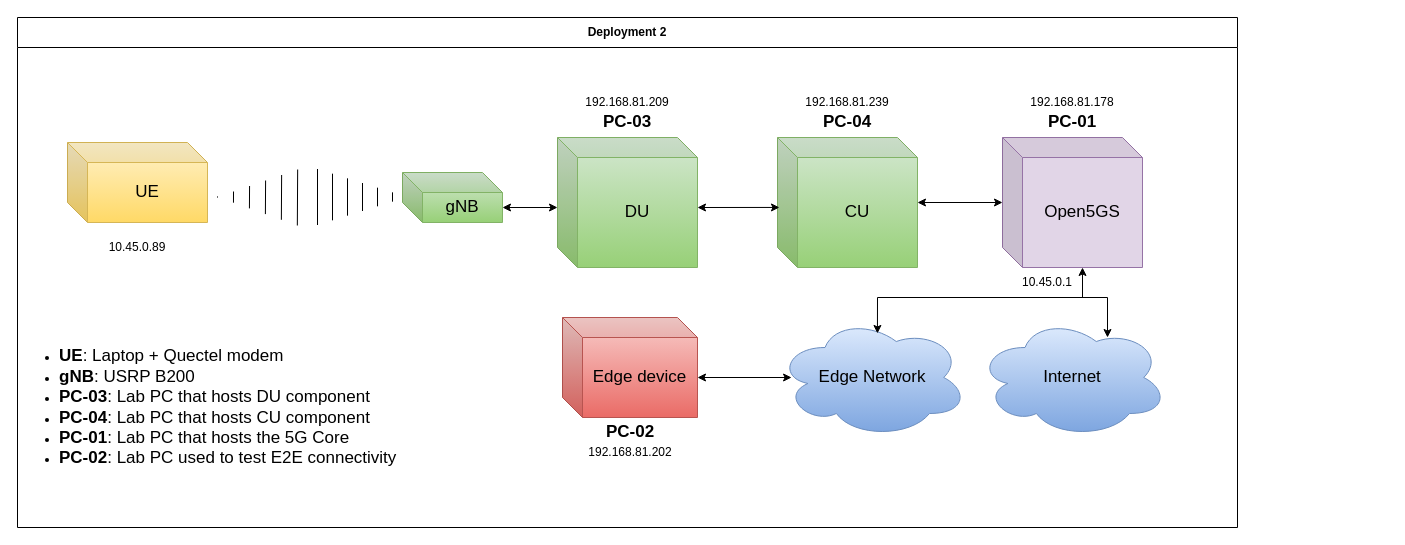
Earlier version of the draw.io diagram Network_Topologies/Deployment3.drawio (BrunoGomes22/MECT-Thesis). Source tidied: cells renumbered, new cells numbered last; positions are measured from the earlier drawing's top-left corner, leaving out a move shared by most shapes. Both pictures are drawn from the tidied source at 100%, with x=0, y=0 at pixel (17, 17).
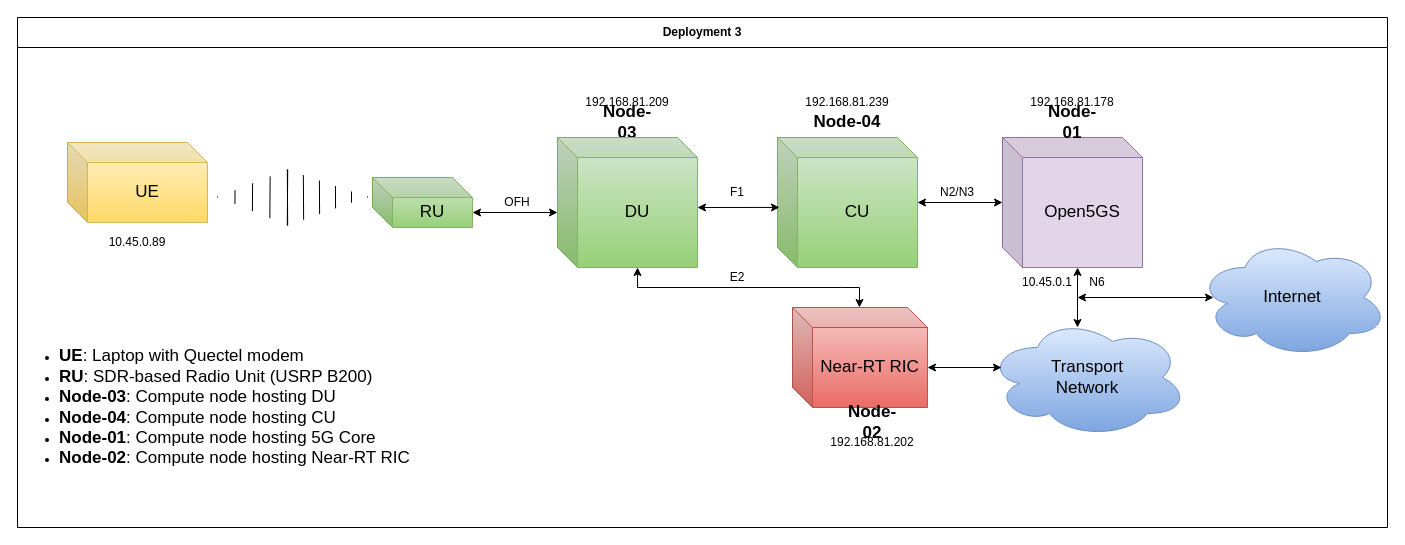
Above is the later version.

Commit message (it also covers changes not shown here):
updated deployment3 topology

The change refers to these unchanged cells:
```xml
<mxCell id="4" value="&lt;font style=&quot;font-size: 17px;&quot;&gt;Open5GS&lt;/font&gt;" style="shape=cube;whiteSpace=wrap;html=1;boundedLbl=1;backgroundOutline=1;darkOpacity=0.05;darkOpacity2=0.1;fillColor=#e1d5e7;strokeColor=#9673a6;" parent="2" vertex="1">
  <mxGeometry x="985" y="120" width="140" height="130" as="geometry" />
</mxCell>
<mxCell id="14" value="&lt;font style=&quot;font-size: 17px;&quot;&gt;DU&lt;/font&gt;" style="shape=cube;whiteSpace=wrap;html=1;boundedLbl=1;backgroundOutline=1;darkOpacity=0.05;darkOpacity2=0.1;fillColor=#d5e8d4;strokeColor=#82b366;gradientColor=#97d077;" parent="2" vertex="1">
  <mxGeometry x="540" y="120" width="140" height="130" as="geometry" />
</mxCell>
```

The edit, as a diff of the source:
```diff
@@
-    <mxCell id="2" value="Deployment 2" style="swimlane;whiteSpace=wrap;html=1;swimlaneFillColor=#FFFFFF;gradientDirection=south;strokeColor=#000000;startSize=30;" parent="1" vertex="1">
-      <mxGeometry width="1220" height="510" as="geometry" />
+    <mxCell id="2" value="Deployment 3" style="swimlane;whiteSpace=wrap;html=1;swimlaneFillColor=#FFFFFF;gradientDirection=south;strokeColor=#000000;startSize=30;" parent="1" vertex="1">
+      <mxGeometry width="1370" height="510" as="geometry" />
     </mxCell>
-    <mxCell id="3" value="&lt;div align=&quot;left&quot;&gt;&lt;ul&gt;&lt;li&gt;&lt;font style=&quot;font-size: 17px;&quot;&gt;&lt;b&gt;UE&lt;/b&gt;: Laptop + Quectel modem&lt;/font&gt;&lt;/li&gt;&lt;li&gt;&lt;font style=&quot;font-size: 17px;&quot;&gt;&lt;b&gt;gNB&lt;/b&gt;: USRP B200&lt;/font&gt;&lt;/li&gt;&lt;li&gt;&lt;font style=&quot;font-size: 17px;&quot;&gt;&lt;b&gt;PC-03&lt;/b&gt;: Lab PC that hosts DU component&lt;/font&gt;&lt;/li&gt;&lt;li&gt;&lt;font style=&quot;font-size: 17px;&quot;&gt;&lt;b&gt;PC-04&lt;/b&gt;: Lab PC that hosts CU component&lt;/font&gt;&lt;/li&gt;&lt;li&gt;&lt;font style=&quot;font-size: 17px;&quot;&gt;&lt;b&gt;PC-01&lt;/b&gt;: Lab PC that hosts the 5G Core&lt;/font&gt;&lt;/li&gt;&lt;li&gt;&lt;font style=&quot;font-size: 17px;&quot;&gt;&lt;b&gt;PC-02&lt;/b&gt;: Lab PC used to test E2E connectivity&lt;/font&gt;&lt;/li&gt;&lt;/ul&gt;&lt;/div&gt;" style="text;html=1;whiteSpace=wrap;strokeColor=none;fillColor=none;align=left;verticalAlign=middle;rounded=0;" parent="2" vertex="1">
+    <mxCell id="3" value="&lt;div align=&quot;left&quot;&gt;&lt;ul&gt;&lt;li&gt;&lt;font style=&quot;font-size: 17px;&quot;&gt;&lt;b&gt;UE&lt;/b&gt;: Laptop with Quectel modem&lt;/font&gt;&lt;/li&gt;&lt;li&gt;&lt;font style=&quot;font-size: 17px;&quot;&gt;&lt;b&gt;RU&lt;/b&gt;:&amp;nbsp;&lt;/font&gt;&lt;font style=&quot;font-size: 17px;&quot;&gt;SDR-based Radio Unit (USRP B200)&lt;/font&gt;&lt;/li&gt;&lt;li&gt;&lt;font style=&quot;font-size: 17px;&quot;&gt;&lt;b&gt;Node-03&lt;/b&gt;: Compute node hosting DU&lt;/font&gt;&lt;/li&gt;&lt;li&gt;&lt;font style=&quot;font-size: 17px;&quot;&gt;&lt;b&gt;Node-04&lt;/b&gt;: Compute node hosting CU&lt;/font&gt;&lt;/li&gt;&lt;li&gt;&lt;font style=&quot;font-size: 17px;&quot;&gt;&lt;b&gt;Node-01&lt;/b&gt;: Compute node hosting 5G Core&lt;/font&gt;&lt;/li&gt;&lt;li&gt;&lt;font style=&quot;font-size: 17px;&quot;&gt;&lt;b&gt;Node-02&lt;/b&gt;: Compute node hosting Near-RT RIC&lt;/font&gt;&lt;/li&gt;&lt;/ul&gt;&lt;/div&gt;" style="text;html=1;whiteSpace=wrap;strokeColor=none;fillColor=none;align=left;verticalAlign=middle;rounded=0;" parent="2" vertex="1">
       <mxGeometry y="290" width="400" height="200" as="geometry" />
     </mxCell>
@@
-    <mxCell id="5" value="&lt;font style=&quot;font-size: 17px;&quot;&gt;Edge Network&lt;/font&gt;" style="ellipse;shape=cloud;whiteSpace=wrap;html=1;fillColor=#dae8fc;strokeColor=#6c8ebf;gradientColor=#7ea6e0;" parent="2" vertex="1">
-      <mxGeometry x="760" y="300" width="190" height="120" as="geometry" />
+    <mxCell id="5" value="&lt;div&gt;&lt;font style=&quot;font-size: 17px;&quot;&gt;Transport&lt;/font&gt;&lt;/div&gt;&lt;div&gt;&lt;font style=&quot;font-size: 17px;&quot;&gt;Network&lt;/font&gt;&lt;/div&gt;" style="ellipse;shape=cloud;whiteSpace=wrap;html=1;fillColor=#dae8fc;strokeColor=#6c8ebf;gradientColor=#7ea6e0;" parent="2" vertex="1">
+      <mxGeometry x="970" y="300" width="200" height="120" as="geometry" />
     </mxCell>
@@
-    <mxCell id="7" value="&lt;font style=&quot;font-size: 17px;&quot;&gt;Edge device&lt;/font&gt;" style="shape=cube;whiteSpace=wrap;html=1;boundedLbl=1;backgroundOutline=1;darkOpacity=0.05;darkOpacity2=0.1;fillColor=#f8cecc;gradientColor=#ea6b66;strokeColor=#b85450;" parent="2" vertex="1">
-      <mxGeometry x="545" y="300" width="135" height="100" as="geometry" />
+    <mxCell id="7" value="&lt;font style=&quot;font-size: 17px;&quot;&gt;Near-RT RIC&lt;/font&gt;" style="shape=cube;whiteSpace=wrap;html=1;boundedLbl=1;backgroundOutline=1;darkOpacity=0.05;darkOpacity2=0.1;fillColor=#f8cecc;gradientColor=#ea6b66;strokeColor=#b85450;" parent="2" vertex="1">
+      <mxGeometry x="775" y="290" width="135" height="100" as="geometry" />
     </mxCell>
     <mxCell id="8" value="192.168.81.202" style="text;html=1;whiteSpace=wrap;strokeColor=none;fillColor=none;align=center;verticalAlign=middle;rounded=0;" parent="2" vertex="1">
-      <mxGeometry x="557.5" y="420" width="110" height="30" as="geometry" />
+      <mxGeometry x="800" y="410" width="110" height="30" as="geometry" />
     </mxCell>
-    <mxCell id="9" value="&lt;font style=&quot;font-size: 17px;&quot;&gt;&lt;b&gt;&lt;font&gt;PC-02&lt;/font&gt;&lt;/b&gt;&lt;/font&gt;" style="text;html=1;whiteSpace=wrap;strokeColor=none;fillColor=none;align=center;verticalAlign=middle;rounded=0;" parent="2" vertex="1">
-      <mxGeometry x="582.5" y="400" width="60" height="30" as="geometry" />
+    <mxCell id="9" value="&lt;font style=&quot;font-size: 17px;&quot;&gt;&lt;b&gt;&lt;font&gt;Node-02&lt;/font&gt;&lt;/b&gt;&lt;/font&gt;" style="text;html=1;whiteSpace=wrap;strokeColor=none;fillColor=none;align=center;verticalAlign=middle;rounded=0;" parent="2" vertex="1">
+      <mxGeometry x="825" y="390" width="60" height="30" as="geometry" />
     </mxCell>
-    <mxCell id="10" value="&lt;font style=&quot;font-size: 17px;&quot;&gt;&lt;b&gt;&lt;font&gt;PC-01&lt;/font&gt;&lt;/b&gt;&lt;/font&gt;" style="text;html=1;whiteSpace=wrap;strokeColor=none;fillColor=none;align=center;verticalAlign=middle;rounded=0;" parent="2" vertex="1">
+    <mxCell id="10" value="&lt;font style=&quot;font-size: 17px;&quot;&gt;&lt;b&gt;&lt;font&gt;Node-01&lt;/font&gt;&lt;/b&gt;&lt;/font&gt;" style="text;html=1;whiteSpace=wrap;strokeColor=none;fillColor=none;align=center;verticalAlign=middle;rounded=0;" parent="2" vertex="1">
       <mxGeometry x="1025" y="90" width="60" height="30" as="geometry" />
     </mxCell>
-    <mxCell id="11" value="&lt;font style=&quot;font-size: 17px;&quot;&gt;&lt;b&gt;&lt;font&gt;PC-03&lt;/font&gt;&lt;/b&gt;&lt;/font&gt;" style="text;html=1;whiteSpace=wrap;strokeColor=none;fillColor=none;align=center;verticalAlign=middle;rounded=0;" parent="2" vertex="1">
+    <mxCell id="11" value="&lt;font style=&quot;font-size: 17px;&quot;&gt;&lt;b&gt;&lt;font&gt;Node-03&lt;/font&gt;&lt;/b&gt;&lt;/font&gt;" style="text;html=1;whiteSpace=wrap;strokeColor=none;fillColor=none;align=center;verticalAlign=middle;rounded=0;" parent="2" vertex="1">
       <mxGeometry x="580" y="90" width="60" height="30" as="geometry" />
     </mxCell>
-    <mxCell id="12" style="endArrow=classic;startArrow=classic;html=1;rounded=0;entryX=0;entryY=0;entryDx=80;entryDy=130;entryPerimeter=0;exitX=0.526;exitY=0.133;exitDx=0;exitDy=0;exitPerimeter=0;" parent="2" edge="1" source="5" target="4">
+    <mxCell id="12" style="endArrow=classic;startArrow=classic;html=1;rounded=0;entryX=0.536;entryY=1;entryDx=0;entryDy=0;entryPerimeter=0;" parent="2" edge="1" target="4">
       <mxGeometry relative="1" as="geometry">
+        <mxPoint x="1060" y="310" as="sourcePoint" />
         <Array as="points">
-          <mxPoint x="860" y="280" />
-          <mxPoint x="1065" y="280" />
+          <mxPoint x="1060" y="290" />
         </Array>
       </mxGeometry>
     </mxCell>
-    <mxCell id="13" style="endArrow=classic;startArrow=classic;html=1;rounded=0;entryX=0;entryY=0;entryDx=135;entryDy=60;entryPerimeter=0;exitX=0.074;exitY=0.5;exitDx=0;exitDy=0;exitPerimeter=0;" parent="2" edge="1" source="5" target="7">
-      <mxGeometry relative="1" as="geometry" />
+    <mxCell id="13" style="endArrow=classic;startArrow=classic;html=1;rounded=0;entryX=0;entryY=0;entryDx=135;entryDy=60;entryPerimeter=0;" parent="2" edge="1" target="7">
+      <mxGeometry relative="1" as="geometry">
+        <mxPoint x="984" y="350" as="sourcePoint" />
+      </mxGeometry>
     </mxCell>
@@
     <mxCell id="17" value="&lt;font style=&quot;font-size: 17px;&quot;&gt;Internet&lt;/font&gt;" style="ellipse;shape=cloud;whiteSpace=wrap;html=1;fillColor=#dae8fc;strokeColor=#6c8ebf;gradientColor=#7ea6e0;" parent="2" vertex="1">
-      <mxGeometry x="960" y="300" width="190" height="120" as="geometry" />
+      <mxGeometry x="1180" y="220" width="190" height="120" as="geometry" />
     </mxCell>
-    <mxCell id="18" style="endArrow=classic;html=1;rounded=0;" parent="2" edge="1">
-      <mxGeometry relative="1" as="geometry">
-        <mxPoint x="1060" y="280" as="sourcePoint" />
-        <mxPoint x="1090" y="320" as="targetPoint" />
-        <Array as="points">
-          <mxPoint x="1090" y="280" />
-        </Array>
-      </mxGeometry>
-    </mxCell>
@@
-    <mxCell id="21" value="&lt;font style=&quot;font-size: 17px;&quot;&gt;&lt;b&gt;&lt;font&gt;PC-04&lt;/font&gt;&lt;/b&gt;&lt;/font&gt;" style="text;html=1;whiteSpace=wrap;strokeColor=none;fillColor=none;align=center;verticalAlign=middle;rounded=0;" parent="2" vertex="1">
-      <mxGeometry x="800" y="90" width="60" height="30" as="geometry" />
+    <mxCell id="21" value="&lt;font style=&quot;font-size: 17px;&quot;&gt;&lt;b&gt;&lt;font&gt;Node-04&lt;/font&gt;&lt;/b&gt;&lt;/font&gt;" style="text;html=1;whiteSpace=wrap;strokeColor=none;fillColor=none;align=center;verticalAlign=middle;rounded=0;" parent="2" vertex="1">
+      <mxGeometry x="790" y="90" width="80" height="30" as="geometry" />
     </mxCell>
@@
+    <mxCell id="30" style="endArrow=classic;startArrow=classic;html=1;rounded=0;" parent="2" edge="1">
+      <mxGeometry relative="1" as="geometry">
+        <mxPoint x="1060" y="280" as="sourcePoint" />
+        <mxPoint x="1196" y="280" as="targetPoint" />
+      </mxGeometry>
+    </mxCell>
+    <mxCell id="31" style="endArrow=classic;startArrow=classic;html=1;rounded=0;entryX=0.496;entryY=0;entryDx=0;entryDy=0;entryPerimeter=0;exitX=0;exitY=0;exitDx=80;exitDy=130;exitPerimeter=0;" parent="2" edge="1" source="14" target="7">
+      <mxGeometry relative="1" as="geometry">
+        <Array as="points">
+          <mxPoint x="620" y="270" />
+          <mxPoint x="824" y="270" />
+          <mxPoint x="842" y="270" />
+        </Array>
+      </mxGeometry>
+    </mxCell>
+    <mxCell id="32" value="&lt;font&gt;N2/N3&lt;/font&gt;" style="text;html=1;whiteSpace=wrap;strokeColor=none;fillColor=none;align=center;verticalAlign=middle;rounded=0;" parent="2" vertex="1">
+      <mxGeometry x="910" y="160" width="60" height="30" as="geometry" />
+    </mxCell>
+    <mxCell id="33" value="F1" style="text;html=1;whiteSpace=wrap;strokeColor=none;fillColor=none;align=center;verticalAlign=middle;rounded=0;" parent="2" vertex="1">
+      <mxGeometry x="690" y="160" width="60" height="30" as="geometry" />
+    </mxCell>
+    <mxCell id="34" value="N6" style="text;html=1;whiteSpace=wrap;strokeColor=none;fillColor=none;align=center;verticalAlign=middle;rounded=0;" parent="2" vertex="1">
+      <mxGeometry x="1050" y="250" width="60" height="30" as="geometry" />
+    </mxCell>
+    <mxCell id="25" style="shape=mxgraph.arrows2.wedgeArrowDashed2;html=1;startWidth=28;stepSize=15;rounded=0;" parent="2" edge="1">
+      <mxGeometry relative="1" as="geometry">
+        <mxPoint x="270" y="180" as="sourcePoint" />
+        <mxPoint x="350" y="179.5" as="targetPoint" />
+      </mxGeometry>
+    </mxCell>
+    <mxCell id="27" value="&lt;font style=&quot;font-size: 17px;&quot;&gt;RU&lt;/font&gt;" style="shape=cube;whiteSpace=wrap;html=1;boundedLbl=1;backgroundOutline=1;darkOpacity=0.05;darkOpacity2=0.1;fillColor=#d5e8d4;strokeColor=#82b366;gradientColor=#97d077;" parent="2" vertex="1">
+      <mxGeometry x="355" y="160" width="100" height="50" as="geometry" />
+    </mxCell>
+    <mxCell id="28" style="endArrow=classic;startArrow=classic;html=1;rounded=0;exitX=0;exitY=0;exitDx=100;exitDy=35;exitPerimeter=0;" parent="2" edge="1" source="27">
+      <mxGeometry relative="1" as="geometry">
+        <mxPoint x="540" y="195" as="targetPoint" />
+      </mxGeometry>
+    </mxCell>
+    <mxCell id="35" value="OFH" style="text;html=1;whiteSpace=wrap;strokeColor=none;fillColor=none;align=center;verticalAlign=middle;rounded=0;" parent="2" vertex="1">
+      <mxGeometry x="470" y="170" width="60" height="30" as="geometry" />
+    </mxCell>
+    <mxCell id="36" value="&lt;font&gt;E2&lt;/font&gt;" style="text;html=1;whiteSpace=wrap;strokeColor=none;fillColor=none;align=center;verticalAlign=middle;rounded=0;" parent="2" vertex="1">
+      <mxGeometry x="690" y="245" width="60" height="30" as="geometry" />
+    </mxCell>
+    <mxCell id="26" value="10.45.0.89" style="text;html=1;whiteSpace=wrap;strokeColor=none;fillColor=none;align=center;verticalAlign=middle;rounded=0;" parent="2" vertex="1">
+      <mxGeometry x="90" y="210" width="60" height="30" as="geometry" />
+    </mxCell>
@@
     <mxCell id="24" style="shape=mxgraph.arrows2.wedgeArrowDashed2;html=1;startWidth=28;stepSize=15;rounded=0;" parent="1" edge="1">
       <mxGeometry relative="1" as="geometry">
-        <mxPoint x="280" y="180" as="sourcePoint" />
+        <mxPoint x="270" y="180" as="sourcePoint" />
         <mxPoint x="200" y="179.5" as="targetPoint" />
       </mxGeometry>
     </mxCell>
-    <mxCell id="25" style="shape=mxgraph.arrows2.wedgeArrowDashed2;html=1;startWidth=28;stepSize=15;rounded=0;" parent="1" edge="1">
-      <mxGeometry relative="1" as="geometry">
-        <mxPoint x="300" y="179.5" as="sourcePoint" />
-        <mxPoint x="390" y="179.5" as="targetPoint" />
-      </mxGeometry>
-    </mxCell>
-    <mxCell id="26" value="10.45.0.89" style="text;html=1;whiteSpace=wrap;strokeColor=none;fillColor=none;align=center;verticalAlign=middle;rounded=0;" parent="1" vertex="1">
-      <mxGeometry x="90" y="215" width="60" height="30" as="geometry" />
-    </mxCell>
-    <mxCell id="27" value="&lt;div&gt;&lt;font style=&quot;font-size: 17px;&quot;&gt;gNB&lt;/font&gt;&lt;/div&gt;" style="shape=cube;whiteSpace=wrap;html=1;boundedLbl=1;backgroundOutline=1;darkOpacity=0.05;darkOpacity2=0.1;fillColor=#d5e8d4;strokeColor=#82b366;gradientColor=#97d077;" parent="1" vertex="1">
-      <mxGeometry x="385" y="155" width="100" height="50" as="geometry" />
-    </mxCell>
-    <mxCell id="28" style="endArrow=classic;startArrow=classic;html=1;rounded=0;exitX=0;exitY=0;exitDx=100;exitDy=35;exitPerimeter=0;" parent="1" edge="1" source="27">
-      <mxGeometry relative="1" as="geometry">
-        <mxPoint x="540" y="190" as="targetPoint" />
-      </mxGeometry>
-    </mxCell>
```
